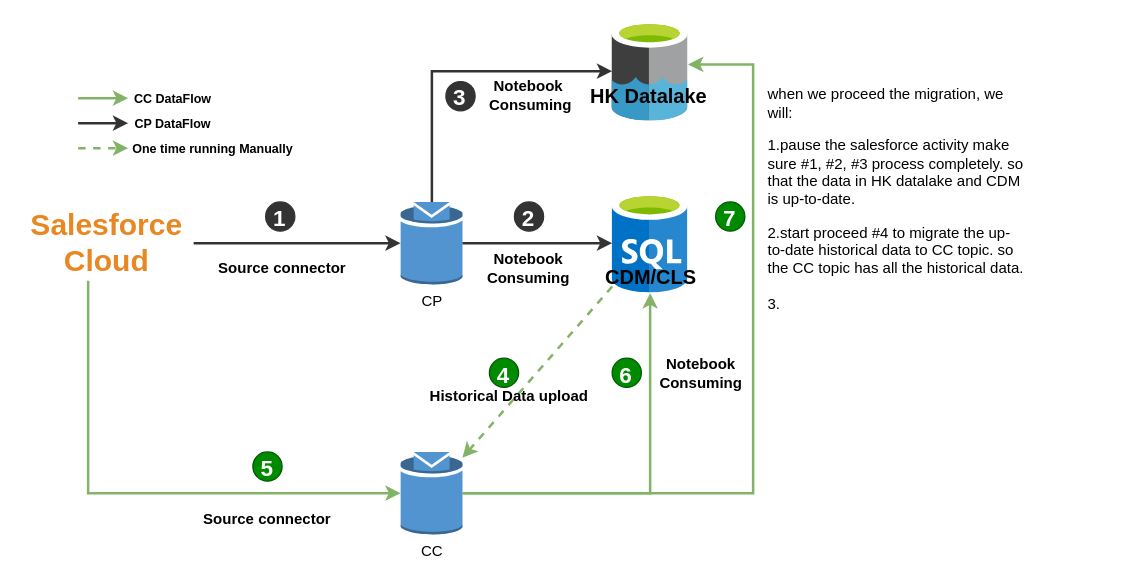
Earlier version of the draw.io diagram page "第 5 页" (5 of 5) of HK_DDaS_CLS_Diagram.drawio (highzheng/Arhi_Diagrams). Source tidied: cells renumbered, new cells numbered last; positions are measured from the earlier drawing's top-left corner, leaving out a move shared by most shapes. Both pictures are drawn from the tidied source at 125%, with x=0, y=0 at pixel (20, 20).
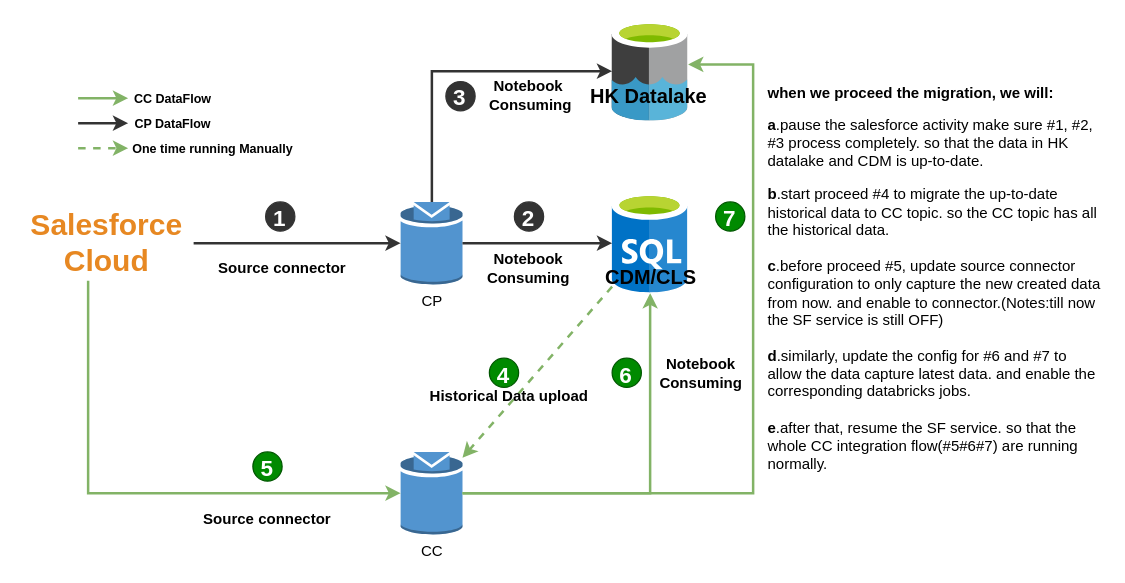
Above is the later version.

The edit, as a diff of the source:
```diff
@@
-    <mxCell id="34" value="&lt;p&gt;when we proceed the migration, we will:&lt;/p&gt;&lt;p&gt;1.pause the salesforce activity make sure #1, #2, #3 process completely. so that the data in HK datalake and CDM is up-to-date.&lt;/p&gt;2.start proceed #4 to migrate the up-to-date historical data to CC topic. so the CC topic has all the historical data.&lt;br&gt;&lt;br&gt;3." style="text;strokeColor=none;align=left;fillColor=none;html=1;verticalAlign=middle;whiteSpace=wrap;rounded=0;" parent="1" vertex="1">
-      <mxGeometry x="596" y="40.4" width="210" height="192.6" as="geometry" />
+    <mxCell id="34" value="&lt;p&gt;&lt;b&gt;when we proceed the migration, we will:&lt;/b&gt;&lt;/p&gt;&lt;p&gt;&lt;b&gt;a&lt;/b&gt;.pause the salesforce activity make sure #1, #2, #3 process completely. so that the data in HK datalake and CDM is up-to-date.&lt;/p&gt;&lt;b&gt;b&lt;/b&gt;.start proceed #4 to migrate the up-to-date historical data to CC topic. so the CC topic has all the historical data.&lt;br&gt;&lt;span dir=&quot;ltr&quot; class=&quot;ui-provider ec blw blv blx bly blz bma bmb bmc bmd bme bmf bmg bmh bmi bmj bmk bml bmm bmn bmo bmp bmq bmr bms bmt bmu bmv bmw bmx bmy bmz bna bnb bnc&quot;&gt;&lt;/span&gt;&lt;br&gt;&lt;b&gt;c&lt;/b&gt;.before proceed #5, update source connector configuration to only capture the new created data from now. and enable to connector.(Notes:till now the SF service is still OFF)&lt;br&gt;&lt;br&gt;&lt;b&gt;d&lt;/b&gt;.similarly, update the config for #6 and #7 to allow the data capture latest data. and enable the corresponding databricks jobs.&lt;br&gt;&lt;br&gt;&lt;b&gt;e&lt;/b&gt;.after that, resume the SF service. so that the whole CC integration flow(#5#6#7) are running normally.&lt;br&gt;&lt;span dir=&quot;ltr&quot; class=&quot;ui-provider ec blw blv blx bly blz bma bmb bmc bmd bme bmf bmg bmh bmi bmj bmk bml bmm bmn bmo bmp bmq bmr bms bmt bmu bmv bmw bmx bmy bmz bna bnb bnc&quot;&gt;&lt;/span&gt;" style="text;strokeColor=none;align=left;fillColor=none;html=1;verticalAlign=middle;whiteSpace=wrap;rounded=0;" parent="1" vertex="1">
+      <mxGeometry x="596" y="8.3" width="270" height="382.6" as="geometry" />
     </mxCell>
```
